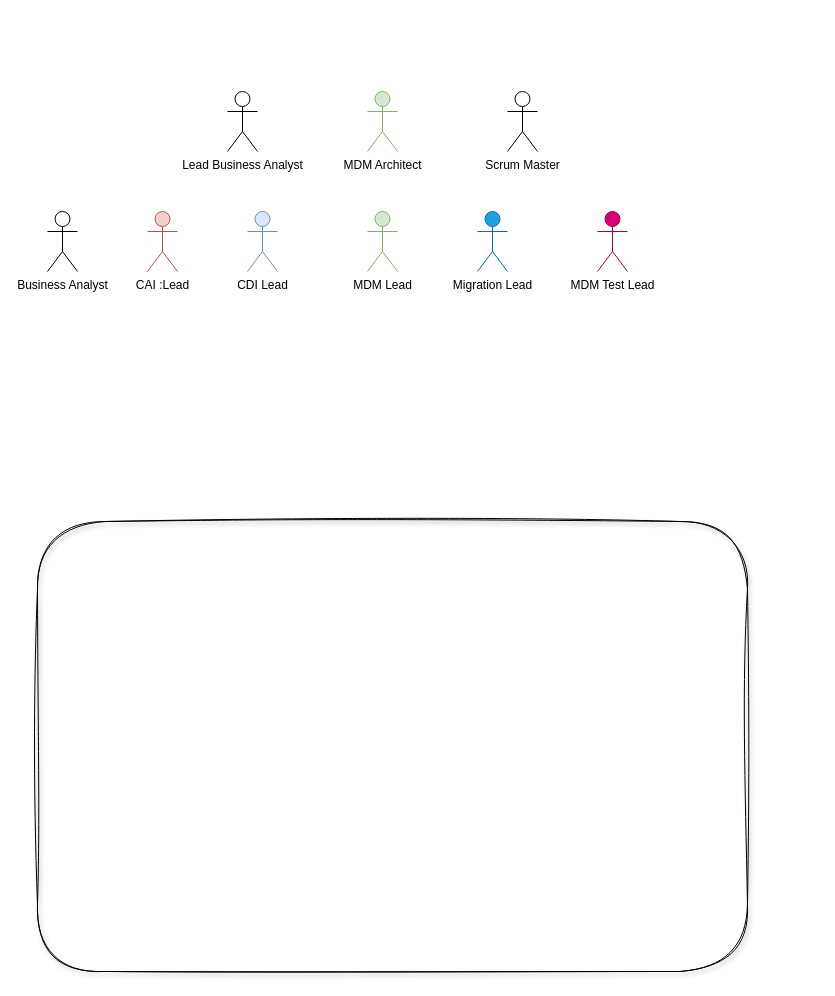
The draw.io diagram page "MDM Guild Delivery" (1 of 2) of Deloitte-Guild-Proposal.drawio in biswarup81/drawings, before the edit. Source tidied: cells renumbered, new cells numbered last; positions are measured from the earlier drawing's top-left corner, leaving out a move shared by most shapes. Both pictures are drawn from the tidied source at 100%, with x=0, y=0 at pixel (37, 91).
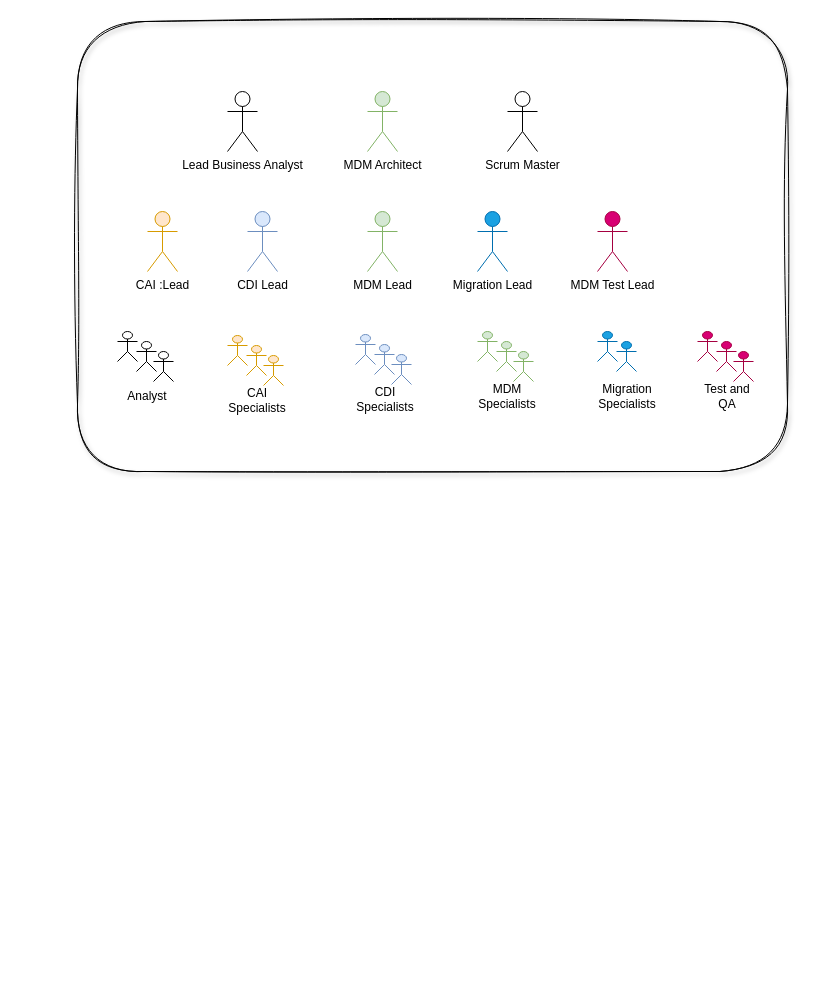
The same page after the edit.

Change to the diagram source:
```diff
@@
-    <mxCell id="2" value="CAI :Lead" style="shape=umlActor;verticalLabelPosition=bottom;verticalAlign=top;html=1;fillColor=#f8cecc;strokeColor=#b85450;" parent="1" vertex="1">
+    <mxCell id="2" value="CAI :Lead" style="shape=umlActor;verticalLabelPosition=bottom;verticalAlign=top;html=1;fillColor=#ffe6cc;strokeColor=#d79b00;" parent="1" vertex="1">
       <mxGeometry x="110" y="120" width="30" height="60" as="geometry" />
     </mxCell>
@@
-    <mxCell id="7" style="rounded=1;whiteSpace=wrap;html=1;fillColor=none;sketch=1;curveFitting=1;jiggle=2;shadow=1;glass=1;" parent="1" vertex="1">
-      <mxGeometry y="430" width="710" height="450" as="geometry" />
-    </mxCell>
@@
+    <mxCell id="12" style="group;" parent="1" vertex="1">
+      <mxGeometry x="80" y="240" width="60" height="80" as="geometry" />
+    </mxCell>
+    <mxCell id="13" style="group;" parent="12" vertex="1">
+      <mxGeometry width="56" height="50" as="geometry" />
+    </mxCell>
-    <mxCell id="11" value="Business Analyst" style="shape=umlActor;verticalLabelPosition=bottom;verticalAlign=top;html=1;" parent="1" vertex="1">
-      <mxGeometry x="10" y="120" width="30" height="60" as="geometry" />
+    <mxCell id="11" style="shape=umlActor;verticalLabelPosition=bottom;verticalAlign=top;html=1;" parent="13" vertex="1">
+      <mxGeometry width="20" height="30" as="geometry" />
     </mxCell>
+    <mxCell id="14" style="shape=umlActor;verticalLabelPosition=bottom;verticalAlign=top;html=1;" parent="13" vertex="1">
+      <mxGeometry x="19" y="10" width="20" height="30" as="geometry" />
+    </mxCell>
+    <mxCell id="15" style="shape=umlActor;verticalLabelPosition=bottom;verticalAlign=top;html=1;" parent="13" vertex="1">
+      <mxGeometry x="36" y="20" width="20" height="30" as="geometry" />
+    </mxCell>
+    <mxCell id="16" value="Analyst" style="text;html=1;strokeColor=none;fillColor=none;align=center;verticalAlign=middle;whiteSpace=wrap;rounded=0;" parent="12" vertex="1">
+      <mxGeometry y="50" width="60" height="30" as="geometry" />
+    </mxCell>
+    <mxCell id="17" style="group;" parent="1" vertex="1">
+      <mxGeometry x="190" y="244" width="60" height="80" as="geometry" />
+    </mxCell>
+    <mxCell id="18" style="group;" parent="17" vertex="1">
+      <mxGeometry width="56" height="50" as="geometry" />
+    </mxCell>
+    <mxCell id="19" style="shape=umlActor;verticalLabelPosition=bottom;verticalAlign=top;html=1;fillColor=#ffe6cc;strokeColor=#d79b00;" parent="18" vertex="1">
+      <mxGeometry width="20" height="30" as="geometry" />
+    </mxCell>
+    <mxCell id="20" style="shape=umlActor;verticalLabelPosition=bottom;verticalAlign=top;html=1;fillColor=#ffe6cc;strokeColor=#d79b00;" parent="18" vertex="1">
+      <mxGeometry x="19" y="10" width="20" height="30" as="geometry" />
+    </mxCell>
+    <mxCell id="21" style="shape=umlActor;verticalLabelPosition=bottom;verticalAlign=top;html=1;fillColor=#ffe6cc;strokeColor=#d79b00;" parent="18" vertex="1">
+      <mxGeometry x="36" y="20" width="20" height="30" as="geometry" />
+    </mxCell>
+    <mxCell id="22" value="CAI Specialists" style="text;html=1;strokeColor=none;fillColor=none;align=center;verticalAlign=middle;whiteSpace=wrap;rounded=0;" parent="17" vertex="1">
+      <mxGeometry y="50" width="60" height="30" as="geometry" />
+    </mxCell>
+    <mxCell id="23" style="group;" parent="1" vertex="1">
+      <mxGeometry x="318" y="243" width="60" height="80" as="geometry" />
+    </mxCell>
+    <mxCell id="24" style="group;" parent="23" vertex="1">
+      <mxGeometry width="56" height="50" as="geometry" />
+    </mxCell>
+    <mxCell id="25" style="shape=umlActor;verticalLabelPosition=bottom;verticalAlign=top;html=1;fillColor=#dae8fc;strokeColor=#6c8ebf;" parent="24" vertex="1">
+      <mxGeometry width="20" height="30" as="geometry" />
+    </mxCell>
+    <mxCell id="26" style="shape=umlActor;verticalLabelPosition=bottom;verticalAlign=top;html=1;fillColor=#dae8fc;strokeColor=#6c8ebf;" parent="24" vertex="1">
+      <mxGeometry x="19" y="10" width="20" height="30" as="geometry" />
+    </mxCell>
+    <mxCell id="27" style="shape=umlActor;verticalLabelPosition=bottom;verticalAlign=top;html=1;fillColor=#dae8fc;strokeColor=#6c8ebf;" parent="24" vertex="1">
+      <mxGeometry x="36" y="20" width="20" height="30" as="geometry" />
+    </mxCell>
+    <mxCell id="28" value="CDI Specialists" style="text;html=1;strokeColor=none;fillColor=none;align=center;verticalAlign=middle;whiteSpace=wrap;rounded=0;" parent="23" vertex="1">
+      <mxGeometry y="50" width="60" height="30" as="geometry" />
+    </mxCell>
+    <mxCell id="29" style="group;" parent="1" vertex="1">
+      <mxGeometry x="440" y="240" width="60" height="80" as="geometry" />
+    </mxCell>
+    <mxCell id="30" style="group;" parent="29" vertex="1">
+      <mxGeometry width="56" height="50" as="geometry" />
+    </mxCell>
+    <mxCell id="31" style="shape=umlActor;verticalLabelPosition=bottom;verticalAlign=top;html=1;fillColor=#d5e8d4;strokeColor=#82b366;" parent="30" vertex="1">
+      <mxGeometry width="20" height="30" as="geometry" />
+    </mxCell>
+    <mxCell id="32" style="shape=umlActor;verticalLabelPosition=bottom;verticalAlign=top;html=1;fillColor=#d5e8d4;strokeColor=#82b366;" parent="30" vertex="1">
+      <mxGeometry x="19" y="10" width="20" height="30" as="geometry" />
+    </mxCell>
+    <mxCell id="33" style="shape=umlActor;verticalLabelPosition=bottom;verticalAlign=top;html=1;fillColor=#d5e8d4;strokeColor=#82b366;" parent="30" vertex="1">
+      <mxGeometry x="36" y="20" width="20" height="30" as="geometry" />
+    </mxCell>
+    <mxCell id="34" value="MDM Specialists" style="text;html=1;strokeColor=none;fillColor=none;align=center;verticalAlign=middle;whiteSpace=wrap;rounded=0;" parent="29" vertex="1">
+      <mxGeometry y="50" width="60" height="30" as="geometry" />
+    </mxCell>
+    <mxCell id="35" style="group;" parent="1" vertex="1">
+      <mxGeometry x="560" y="240" width="220" height="170" as="geometry" />
+    </mxCell>
+    <mxCell id="36" style="group;" parent="35" vertex="1">
+      <mxGeometry width="56" height="50" as="geometry" />
+    </mxCell>
+    <mxCell id="37" style="shape=umlActor;verticalLabelPosition=bottom;verticalAlign=top;html=1;fillColor=#1ba1e2;strokeColor=#006EAF;fontColor=#ffffff;" parent="36" vertex="1">
+      <mxGeometry width="20" height="30" as="geometry" />
+    </mxCell>
+    <mxCell id="38" style="shape=umlActor;verticalLabelPosition=bottom;verticalAlign=top;html=1;fillColor=#1ba1e2;strokeColor=#006EAF;fontColor=#ffffff;" parent="36" vertex="1">
+      <mxGeometry x="19" y="10" width="20" height="30" as="geometry" />
+    </mxCell>
+    <mxCell id="39" value="Migration Specialists" style="text;html=1;strokeColor=none;fillColor=none;align=center;verticalAlign=middle;whiteSpace=wrap;rounded=0;" parent="35" vertex="1">
+      <mxGeometry y="50" width="60" height="30" as="geometry" />
+    </mxCell>
+    <mxCell id="40" style="group;" parent="1" vertex="1">
+      <mxGeometry x="660" y="240" width="60" height="80" as="geometry" />
+    </mxCell>
+    <mxCell id="41" style="group;" parent="40" vertex="1">
+      <mxGeometry width="56" height="50" as="geometry" />
+    </mxCell>
+    <mxCell id="42" style="shape=umlActor;verticalLabelPosition=bottom;verticalAlign=top;html=1;fillColor=#d80073;strokeColor=#A50040;fontColor=#ffffff;" parent="41" vertex="1">
+      <mxGeometry width="20" height="30" as="geometry" />
+    </mxCell>
+    <mxCell id="43" style="shape=umlActor;verticalLabelPosition=bottom;verticalAlign=top;html=1;fillColor=#d80073;strokeColor=#A50040;fontColor=#ffffff;" parent="41" vertex="1">
+      <mxGeometry x="19" y="10" width="20" height="30" as="geometry" />
+    </mxCell>
+    <mxCell id="44" style="shape=umlActor;verticalLabelPosition=bottom;verticalAlign=top;html=1;fillColor=#d80073;strokeColor=#A50040;fontColor=#ffffff;" parent="41" vertex="1">
+      <mxGeometry x="36" y="20" width="20" height="30" as="geometry" />
+    </mxCell>
+    <mxCell id="45" value="Test and QA" style="text;html=1;strokeColor=none;fillColor=none;align=center;verticalAlign=middle;whiteSpace=wrap;rounded=0;" parent="40" vertex="1">
+      <mxGeometry y="50" width="60" height="30" as="geometry" />
+    </mxCell>
+    <mxCell id="7" style="rounded=1;whiteSpace=wrap;html=1;fillColor=none;sketch=1;curveFitting=1;jiggle=2;shadow=1;glass=1;" parent="1" vertex="1">
+      <mxGeometry x="40" y="-70" width="710" height="450" as="geometry" />
+    </mxCell>
```
